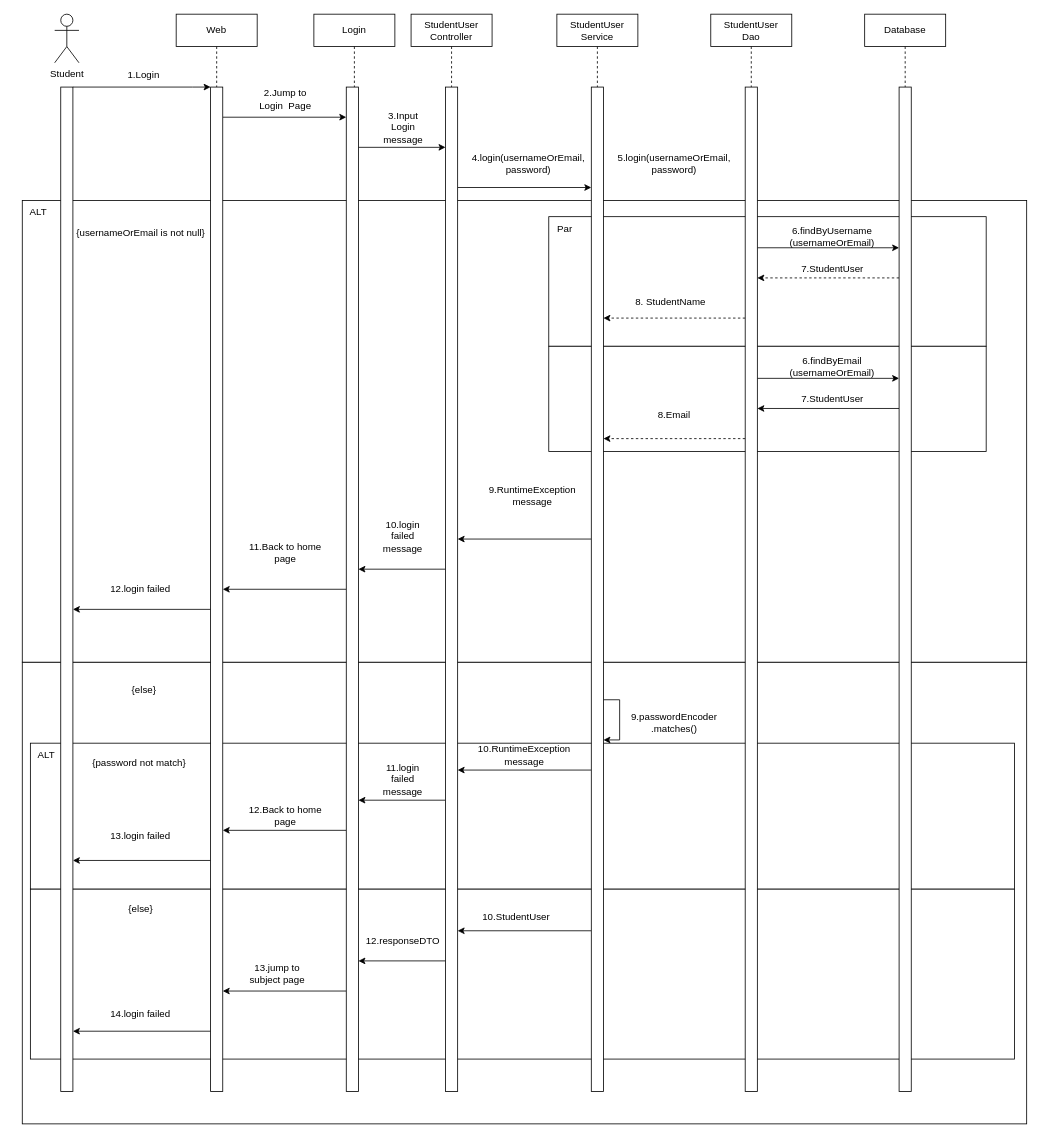
This is Login.drawio from vriusc/Intelligent-Tutoring-System, a draw.io file, before an edit. Source tidied: cells renumbered, new cells numbered last; positions are measured from the earlier drawing's top-left corner, leaving out a move shared by most shapes. Both pictures are drawn from the tidied source at 81%, with x=0, y=0 at pixel (14, 14).
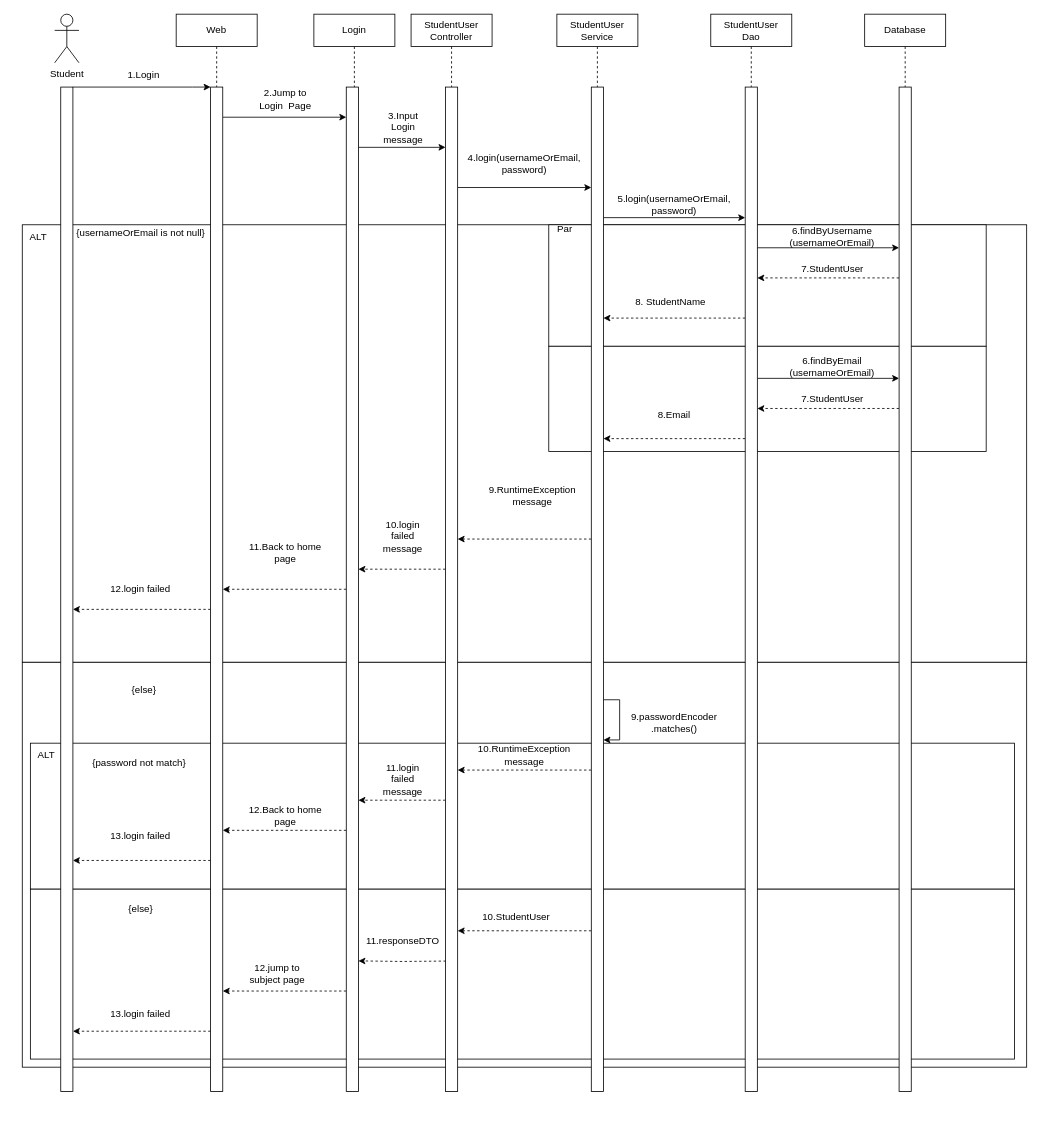
The same page after the edit.

Unchanged cells that the change refers to:
```xml
<mxCell id="26" style="rounded=0;whiteSpace=wrap;html=1;points=[[0,0,0,0,0],[0,0.03,0,0,0],[0,0.06,0,0,0],[0,0.1,0,0,0],[0,0.13,0,0,0],[0,0.16,0,0,0],[0,0.19,0,0,0],[0,0.23,0,0,0],[0,0.25,0,0,0],[0,0.26,0,0,0],[0,0.29,0,0,0],[0,0.32,0,0,0],[0,0.35,0,0,0],[0,0.39,0,0,0],[0,0.42,0,0,0],[0,0.45,0,0,0],[0,0.48,0,0,0],[0,0.5,0,0,0],[0,0.52,0,0,0],[0,0.55,0,0,0],[0,0.58,0,0,0],[0,0.61,0,0,0],[0,0.65,0,0,0],[0,0.68,0,0,0],[0,0.71,0,0,0],[0,0.74,0,0,0],[0,0.75,0,0,0],[0,0.77,0,0,0],[0,0.81,0,0,0],[0,0.84,0,0,0],[0,0.87,0,0,0],[0,0.9,0,0,0],[0,0.94,0,0,0],[0,0.97,0,0,0],[0,1,0,0,0],[0.25,0,0,0,0],[0.25,1,0,0,0],[0.5,0,0,0,0],[0.5,1,0,0,0],[0.75,0,0,0,0],[0.75,1,0,0,0],[1,0,0,0,0],[1,0.03,0,0,0],[1,0.06,0,0,0],[1,0.1,0,0,0],[1,0.13,0,0,0],[1,0.16,0,0,0],[1,0.19,0,0,0],[1,0.23,0,0,0],[1,0.25,0,0,0],[1,0.26,0,0,0],[1,0.29,0,0,0],[1,0.32,0,0,0],[1,0.35,0,0,0],[1,0.39,0,0,0],[1,0.42,0,0,0],[1,0.45,0,0,0],[1,0.48,0,0,0],[1,0.5,0,0,0],[1,0.52,0,0,0],[1,0.55,0,0,0],[1,0.58,0,0,0],[1,0.61,0,0,0],[1,0.65,0,0,0],[1,0.68,0,0,0],[1,0.71,0,0,0],[1,0.74,0,0,0],[1,0.75,0,0,0],[1,0.77,0,0,0],[1,0.81,0,0,0],[1,0.84,0,0,0],[1,0.87,0,0,0],[1,0.9,0,0,0],[1,0.94,0,0,0],[1,0.97,0,0,0],[1,1,0,0,0]];" parent="1" vertex="1">
  <mxGeometry x="242.5" y="90" width="15" height="1240" as="geometry" />
</mxCell>
<mxCell id="28" style="rounded=0;whiteSpace=wrap;html=1;points=[[0,0,0,0,0],[0,0.03,0,0,0],[0,0.06,0,0,0],[0,0.1,0,0,0],[0,0.13,0,0,0],[0,0.16,0,0,0],[0,0.19,0,0,0],[0,0.23,0,0,0],[0,0.25,0,0,0],[0,0.26,0,0,0],[0,0.29,0,0,0],[0,0.32,0,0,0],[0,0.35,0,0,0],[0,0.39,0,0,0],[0,0.42,0,0,0],[0,0.45,0,0,0],[0,0.48,0,0,0],[0,0.5,0,0,0],[0,0.52,0,0,0],[0,0.55,0,0,0],[0,0.58,0,0,0],[0,0.61,0,0,0],[0,0.65,0,0,0],[0,0.68,0,0,0],[0,0.71,0,0,0],[0,0.74,0,0,0],[0,0.75,0,0,0],[0,0.77,0,0,0],[0,0.81,0,0,0],[0,0.84,0,0,0],[0,0.87,0,0,0],[0,0.9,0,0,0],[0,0.94,0,0,0],[0,0.97,0,0,0],[0,1,0,0,0],[0.25,0,0,0,0],[0.25,1,0,0,0],[0.5,0,0,0,0],[0.5,1,0,0,0],[0.75,0,0,0,0],[0.75,1,0,0,0],[1,0,0,0,0],[1,0.03,0,0,0],[1,0.06,0,0,0],[1,0.1,0,0,0],[1,0.13,0,0,0],[1,0.16,0,0,0],[1,0.19,0,0,0],[1,0.23,0,0,0],[1,0.25,0,0,0],[1,0.26,0,0,0],[1,0.29,0,0,0],[1,0.32,0,0,0],[1,0.35,0,0,0],[1,0.39,0,0,0],[1,0.42,0,0,0],[1,0.45,0,0,0],[1,0.48,0,0,0],[1,0.5,0,0,0],[1,0.52,0,0,0],[1,0.55,0,0,0],[1,0.58,0,0,0],[1,0.61,0,0,0],[1,0.65,0,0,0],[1,0.68,0,0,0],[1,0.71,0,0,0],[1,0.74,0,0,0],[1,0.75,0,0,0],[1,0.77,0,0,0],[1,0.81,0,0,0],[1,0.84,0,0,0],[1,0.87,0,0,0],[1,0.9,0,0,0],[1,0.94,0,0,0],[1,0.97,0,0,0],[1,1,0,0,0]];" parent="1" vertex="1">
  <mxGeometry x="57.5" y="90" width="15" height="1240" as="geometry" />
</mxCell>
<mxCell id="32" style="rounded=0;whiteSpace=wrap;html=1;points=[[0,0,0,0,0],[0,0.03,0,0,0],[0,0.06,0,0,0],[0,0.1,0,0,0],[0,0.13,0,0,0],[0,0.16,0,0,0],[0,0.19,0,0,0],[0,0.23,0,0,0],[0,0.25,0,0,0],[0,0.26,0,0,0],[0,0.29,0,0,0],[0,0.32,0,0,0],[0,0.35,0,0,0],[0,0.39,0,0,0],[0,0.42,0,0,0],[0,0.45,0,0,0],[0,0.48,0,0,0],[0,0.5,0,0,0],[0,0.52,0,0,0],[0,0.55,0,0,0],[0,0.58,0,0,0],[0,0.61,0,0,0],[0,0.65,0,0,0],[0,0.68,0,0,0],[0,0.71,0,0,0],[0,0.74,0,0,0],[0,0.75,0,0,0],[0,0.77,0,0,0],[0,0.81,0,0,0],[0,0.84,0,0,0],[0,0.87,0,0,0],[0,0.9,0,0,0],[0,0.94,0,0,0],[0,0.97,0,0,0],[0,1,0,0,0],[0.25,0,0,0,0],[0.25,1,0,0,0],[0.5,0,0,0,0],[0.5,1,0,0,0],[0.75,0,0,0,0],[0.75,1,0,0,0],[1,0,0,0,0],[1,0.03,0,0,0],[1,0.06,0,0,0],[1,0.1,0,0,0],[1,0.13,0,0,0],[1,0.16,0,0,0],[1,0.19,0,0,0],[1,0.23,0,0,0],[1,0.25,0,0,0],[1,0.26,0,0,0],[1,0.29,0,0,0],[1,0.32,0,0,0],[1,0.35,0,0,0],[1,0.39,0,0,0],[1,0.42,0,0,0],[1,0.45,0,0,0],[1,0.48,0,0,0],[1,0.5,0,0,0],[1,0.52,0,0,0],[1,0.55,0,0,0],[1,0.58,0,0,0],[1,0.61,0,0,0],[1,0.65,0,0,0],[1,0.68,0,0,0],[1,0.71,0,0,0],[1,0.74,0,0,0],[1,0.75,0,0,0],[1,0.77,0,0,0],[1,0.81,0,0,0],[1,0.84,0,0,0],[1,0.87,0,0,0],[1,0.9,0,0,0],[1,0.94,0,0,0],[1,0.97,0,0,0],[1,1,0,0,0]];" parent="1" vertex="1">
  <mxGeometry x="410" y="90" width="15" height="1240" as="geometry" />
</mxCell>
<mxCell id="38" style="rounded=0;whiteSpace=wrap;html=1;points=[[0,0,0,0,0],[0,0.03,0,0,0],[0,0.06,0,0,0],[0,0.1,0,0,0],[0,0.13,0,0,0],[0,0.16,0,0,0],[0,0.19,0,0,0],[0,0.23,0,0,0],[0,0.25,0,0,0],[0,0.26,0,0,0],[0,0.29,0,0,0],[0,0.32,0,0,0],[0,0.35,0,0,0],[0,0.39,0,0,0],[0,0.42,0,0,0],[0,0.45,0,0,0],[0,0.48,0,0,0],[0,0.5,0,0,0],[0,0.52,0,0,0],[0,0.55,0,0,0],[0,0.58,0,0,0],[0,0.61,0,0,0],[0,0.65,0,0,0],[0,0.68,0,0,0],[0,0.71,0,0,0],[0,0.74,0,0,0],[0,0.75,0,0,0],[0,0.77,0,0,0],[0,0.81,0,0,0],[0,0.84,0,0,0],[0,0.87,0,0,0],[0,0.9,0,0,0],[0,0.94,0,0,0],[0,0.97,0,0,0],[0,1,0,0,0],[0.25,0,0,0,0],[0.25,1,0,0,0],[0.5,0,0,0,0],[0.5,1,0,0,0],[0.75,0,0,0,0],[0.75,1,0,0,0],[1,0,0,0,0],[1,0.03,0,0,0],[1,0.06,0,0,0],[1,0.1,0,0,0],[1,0.13,0,0,0],[1,0.16,0,0,0],[1,0.19,0,0,0],[1,0.23,0,0,0],[1,0.25,0,0,0],[1,0.26,0,0,0],[1,0.29,0,0,0],[1,0.32,0,0,0],[1,0.35,0,0,0],[1,0.39,0,0,0],[1,0.42,0,0,0],[1,0.45,0,0,0],[1,0.48,0,0,0],[1,0.5,0,0,0],[1,0.52,0,0,0],[1,0.55,0,0,0],[1,0.58,0,0,0],[1,0.61,0,0,0],[1,0.65,0,0,0],[1,0.68,0,0,0],[1,0.71,0,0,0],[1,0.74,0,0,0],[1,0.75,0,0,0],[1,0.77,0,0,0],[1,0.81,0,0,0],[1,0.84,0,0,0],[1,0.87,0,0,0],[1,0.9,0,0,0],[1,0.94,0,0,0],[1,0.97,0,0,0],[1,1,0,0,0]];" parent="1" vertex="1">
  <mxGeometry x="532.5" y="90" width="15" height="1240" as="geometry" />
</mxCell>
<mxCell id="43" style="rounded=0;whiteSpace=wrap;html=1;points=[[0,0,0,0,0],[0,0.03,0,0,0],[0,0.06,0,0,0],[0,0.1,0,0,0],[0,0.13,0,0,0],[0,0.16,0,0,0],[0,0.19,0,0,0],[0,0.23,0,0,0],[0,0.25,0,0,0],[0,0.26,0,0,0],[0,0.29,0,0,0],[0,0.32,0,0,0],[0,0.35,0,0,0],[0,0.39,0,0,0],[0,0.42,0,0,0],[0,0.45,0,0,0],[0,0.48,0,0,0],[0,0.5,0,0,0],[0,0.52,0,0,0],[0,0.55,0,0,0],[0,0.58,0,0,0],[0,0.61,0,0,0],[0,0.65,0,0,0],[0,0.68,0,0,0],[0,0.71,0,0,0],[0,0.74,0,0,0],[0,0.75,0,0,0],[0,0.77,0,0,0],[0,0.81,0,0,0],[0,0.84,0,0,0],[0,0.87,0,0,0],[0,0.9,0,0,0],[0,0.94,0,0,0],[0,0.97,0,0,0],[0,1,0,0,0],[0.25,0,0,0,0],[0.25,1,0,0,0],[0.5,0,0,0,0],[0.5,1,0,0,0],[0.75,0,0,0,0],[0.75,1,0,0,0],[1,0,0,0,0],[1,0.03,0,0,0],[1,0.06,0,0,0],[1,0.1,0,0,0],[1,0.13,0,0,0],[1,0.16,0,0,0],[1,0.19,0,0,0],[1,0.23,0,0,0],[1,0.25,0,0,0],[1,0.26,0,0,0],[1,0.29,0,0,0],[1,0.32,0,0,0],[1,0.35,0,0,0],[1,0.39,0,0,0],[1,0.42,0,0,0],[1,0.45,0,0,0],[1,0.48,0,0,0],[1,0.5,0,0,0],[1,0.52,0,0,0],[1,0.55,0,0,0],[1,0.58,0,0,0],[1,0.61,0,0,0],[1,0.65,0,0,0],[1,0.68,0,0,0],[1,0.71,0,0,0],[1,0.74,0,0,0],[1,0.75,0,0,0],[1,0.77,0,0,0],[1,0.81,0,0,0],[1,0.84,0,0,0],[1,0.87,0,0,0],[1,0.9,0,0,0],[1,0.94,0,0,0],[1,0.97,0,0,0],[1,1,0,0,0]];" parent="1" vertex="1">
  <mxGeometry x="712.5" y="90" width="15" height="1240" as="geometry" />
</mxCell>
<mxCell id="48" style="rounded=0;whiteSpace=wrap;html=1;points=[[0,0,0,0,0],[0,0.03,0,0,0],[0,0.06,0,0,0],[0,0.1,0,0,0],[0,0.13,0,0,0],[0,0.16,0,0,0],[0,0.19,0,0,0],[0,0.23,0,0,0],[0,0.25,0,0,0],[0,0.26,0,0,0],[0,0.29,0,0,0],[0,0.32,0,0,0],[0,0.35,0,0,0],[0,0.39,0,0,0],[0,0.42,0,0,0],[0,0.45,0,0,0],[0,0.48,0,0,0],[0,0.5,0,0,0],[0,0.52,0,0,0],[0,0.55,0,0,0],[0,0.58,0,0,0],[0,0.61,0,0,0],[0,0.65,0,0,0],[0,0.68,0,0,0],[0,0.71,0,0,0],[0,0.74,0,0,0],[0,0.75,0,0,0],[0,0.77,0,0,0],[0,0.81,0,0,0],[0,0.84,0,0,0],[0,0.87,0,0,0],[0,0.9,0,0,0],[0,0.94,0,0,0],[0,0.97,0,0,0],[0,1,0,0,0],[0.25,0,0,0,0],[0.25,1,0,0,0],[0.5,0,0,0,0],[0.5,1,0,0,0],[0.75,0,0,0,0],[0.75,1,0,0,0],[1,0,0,0,0],[1,0.03,0,0,0],[1,0.06,0,0,0],[1,0.1,0,0,0],[1,0.13,0,0,0],[1,0.16,0,0,0],[1,0.19,0,0,0],[1,0.23,0,0,0],[1,0.25,0,0,0],[1,0.26,0,0,0],[1,0.29,0,0,0],[1,0.32,0,0,0],[1,0.35,0,0,0],[1,0.39,0,0,0],[1,0.42,0,0,0],[1,0.45,0,0,0],[1,0.48,0,0,0],[1,0.5,0,0,0],[1,0.52,0,0,0],[1,0.55,0,0,0],[1,0.58,0,0,0],[1,0.61,0,0,0],[1,0.65,0,0,0],[1,0.68,0,0,0],[1,0.71,0,0,0],[1,0.74,0,0,0],[1,0.75,0,0,0],[1,0.77,0,0,0],[1,0.81,0,0,0],[1,0.84,0,0,0],[1,0.87,0,0,0],[1,0.9,0,0,0],[1,0.94,0,0,0],[1,0.97,0,0,0],[1,1,0,0,0]];" parent="1" vertex="1">
  <mxGeometry x="902.5" y="90" width="15" height="1240" as="geometry" />
</mxCell>
<mxCell id="51" style="rounded=0;whiteSpace=wrap;html=1;points=[[0,0,0,0,0],[0,0.03,0,0,0],[0,0.06,0,0,0],[0,0.1,0,0,0],[0,0.13,0,0,0],[0,0.16,0,0,0],[0,0.19,0,0,0],[0,0.23,0,0,0],[0,0.25,0,0,0],[0,0.26,0,0,0],[0,0.29,0,0,0],[0,0.32,0,0,0],[0,0.35,0,0,0],[0,0.39,0,0,0],[0,0.42,0,0,0],[0,0.45,0,0,0],[0,0.48,0,0,0],[0,0.5,0,0,0],[0,0.52,0,0,0],[0,0.55,0,0,0],[0,0.58,0,0,0],[0,0.61,0,0,0],[0,0.65,0,0,0],[0,0.68,0,0,0],[0,0.71,0,0,0],[0,0.74,0,0,0],[0,0.75,0,0,0],[0,0.77,0,0,0],[0,0.81,0,0,0],[0,0.84,0,0,0],[0,0.87,0,0,0],[0,0.9,0,0,0],[0,0.94,0,0,0],[0,0.97,0,0,0],[0,1,0,0,0],[0.25,0,0,0,0],[0.25,1,0,0,0],[0.5,0,0,0,0],[0.5,1,0,0,0],[0.75,0,0,0,0],[0.75,1,0,0,0],[1,0,0,0,0],[1,0.03,0,0,0],[1,0.06,0,0,0],[1,0.1,0,0,0],[1,0.13,0,0,0],[1,0.16,0,0,0],[1,0.19,0,0,0],[1,0.23,0,0,0],[1,0.25,0,0,0],[1,0.26,0,0,0],[1,0.29,0,0,0],[1,0.32,0,0,0],[1,0.35,0,0,0],[1,0.39,0,0,0],[1,0.42,0,0,0],[1,0.45,0,0,0],[1,0.48,0,0,0],[1,0.5,0,0,0],[1,0.52,0,0,0],[1,0.55,0,0,0],[1,0.58,0,0,0],[1,0.61,0,0,0],[1,0.65,0,0,0],[1,0.68,0,0,0],[1,0.71,0,0,0],[1,0.74,0,0,0],[1,0.75,0,0,0],[1,0.77,0,0,0],[1,0.81,0,0,0],[1,0.84,0,0,0],[1,0.87,0,0,0],[1,0.9,0,0,0],[1,0.94,0,0,0],[1,0.97,0,0,0],[1,1,0,0,0]];" parent="1" vertex="1">
  <mxGeometry x="1092.5" y="90" width="15" height="1240" as="geometry" />
</mxCell>
```

The edit, as a diff of the source:
```diff
@@
     <mxCell id="2" style="rounded=0;whiteSpace=wrap;html=1;" parent="1" vertex="1">
-      <mxGeometry x="10" y="800" width="1240" height="570" as="geometry" />
+      <mxGeometry x="10" y="800" width="1240" height="500" as="geometry" />
     </mxCell>
@@
     <mxCell id="5" style="rounded=0;whiteSpace=wrap;html=1;" parent="1" vertex="1">
-      <mxGeometry x="10" y="230" width="1240" height="570" as="geometry" />
+      <mxGeometry x="10" y="260" width="1240" height="540" as="geometry" />
     </mxCell>
     <mxCell id="6" style="rounded=0;whiteSpace=wrap;html=1;" parent="1" vertex="1">
-      <mxGeometry x="660" y="250" width="540" height="160" as="geometry" />
+      <mxGeometry x="660" y="260" width="540" height="150" as="geometry" />
     </mxCell>
@@
     <mxCell id="18" value="4.login(usernameOrEmail, password)" style="text;html=1;strokeColor=none;fillColor=none;align=center;verticalAlign=middle;whiteSpace=wrap;rounded=0;" parent="1" vertex="1">
-      <mxGeometry x="570" y="170" width="130" height="30" as="geometry" />
+      <mxGeometry x="565" y="170" width="130" height="30" as="geometry" />
     </mxCell>
@@
-    <mxCell id="23" style="edgeStyle=orthogonalEdgeStyle;rounded=0;jettySize=auto;html=1;exitX=0;exitY=0.52;exitDx=0;exitDy=0;exitPerimeter=0;entryX=1;entryY=0.52;entryDx=0;entryDy=0;entryPerimeter=0;" parent="1" edge="1" source="26" target="28">
+    <mxCell id="23" style="edgeStyle=orthogonalEdgeStyle;rounded=0;jettySize=auto;html=1;exitX=0;exitY=0.52;exitDx=0;exitDy=0;exitPerimeter=0;entryX=1;entryY=0.52;entryDx=0;entryDy=0;entryPerimeter=0;dashed=1;" parent="1" edge="1" source="26" target="28">
       <mxGeometry relative="1" as="geometry" />
     </mxCell>
-    <mxCell id="24" style="edgeStyle=orthogonalEdgeStyle;rounded=0;jettySize=auto;html=1;exitX=0;exitY=0.77;exitDx=0;exitDy=0;exitPerimeter=0;entryX=1;entryY=0.77;entryDx=0;entryDy=0;entryPerimeter=0;" parent="1" edge="1" source="26" target="28">
+    <mxCell id="24" style="edgeStyle=orthogonalEdgeStyle;rounded=0;jettySize=auto;html=1;exitX=0;exitY=0.77;exitDx=0;exitDy=0;exitPerimeter=0;entryX=1;entryY=0.77;entryDx=0;entryDy=0;entryPerimeter=0;dashed=1;" parent="1" edge="1" source="26" target="28">
       <mxGeometry relative="1" as="geometry" />
     </mxCell>
-    <mxCell id="25" style="edgeStyle=orthogonalEdgeStyle;rounded=0;jettySize=auto;html=1;exitX=0;exitY=0.94;exitDx=0;exitDy=0;exitPerimeter=0;entryX=1;entryY=0.94;entryDx=0;entryDy=0;entryPerimeter=0;" parent="1" edge="1" source="26" target="28">
+    <mxCell id="25" style="edgeStyle=orthogonalEdgeStyle;rounded=0;jettySize=auto;html=1;exitX=0;exitY=0.94;exitDx=0;exitDy=0;exitPerimeter=0;entryX=1;entryY=0.94;entryDx=0;entryDy=0;entryPerimeter=0;dashed=1;" parent="1" edge="1" source="26" target="28">
       <mxGeometry relative="1" as="geometry" />
     </mxCell>
@@
-    <mxCell id="29" style="edgeStyle=orthogonalEdgeStyle;rounded=0;jettySize=auto;html=1;exitX=0;exitY=0.5;exitDx=0;exitDy=0;exitPerimeter=0;entryX=1;entryY=0.5;entryDx=0;entryDy=0;entryPerimeter=0;" parent="1" edge="1" source="32" target="26">
+    <mxCell id="29" style="edgeStyle=orthogonalEdgeStyle;rounded=0;jettySize=auto;html=1;exitX=0;exitY=0.5;exitDx=0;exitDy=0;exitPerimeter=0;entryX=1;entryY=0.5;entryDx=0;entryDy=0;entryPerimeter=0;dashed=1;" parent="1" edge="1" source="32" target="26">
       <mxGeometry relative="1" as="geometry" />
     </mxCell>
-    <mxCell id="30" style="edgeStyle=orthogonalEdgeStyle;rounded=0;jettySize=auto;html=1;exitX=0;exitY=0.74;exitDx=0;exitDy=0;exitPerimeter=0;entryX=1;entryY=0.74;entryDx=0;entryDy=0;entryPerimeter=0;" parent="1" edge="1" source="32" target="26">
+    <mxCell id="30" style="edgeStyle=orthogonalEdgeStyle;rounded=0;jettySize=auto;html=1;exitX=0;exitY=0.74;exitDx=0;exitDy=0;exitPerimeter=0;entryX=1;entryY=0.74;entryDx=0;entryDy=0;entryPerimeter=0;dashed=1;" parent="1" edge="1" source="32" target="26">
       <mxGeometry relative="1" as="geometry" />
     </mxCell>
-    <mxCell id="31" style="edgeStyle=orthogonalEdgeStyle;rounded=0;jettySize=auto;html=1;exitX=0;exitY=0.9;exitDx=0;exitDy=0;exitPerimeter=0;entryX=1;entryY=0.9;entryDx=0;entryDy=0;entryPerimeter=0;" parent="1" edge="1" source="32" target="26">
+    <mxCell id="31" style="edgeStyle=orthogonalEdgeStyle;rounded=0;jettySize=auto;html=1;exitX=0;exitY=0.9;exitDx=0;exitDy=0;exitPerimeter=0;entryX=1;entryY=0.9;entryDx=0;entryDy=0;entryPerimeter=0;dashed=1;" parent="1" edge="1" source="32" target="26">
       <mxGeometry relative="1" as="geometry" />
     </mxCell>
@@
-    <mxCell id="34" style="edgeStyle=orthogonalEdgeStyle;rounded=0;jettySize=auto;html=1;exitX=1;exitY=0.1;exitDx=0;exitDy=0;exitPerimeter=0;entryX=0;entryY=0.1;entryDx=0;entryDy=0;entryPerimeter=0;" parent="1" edge="1" source="38" target="43">
-      <mxGeometry relative="1" as="geometry" />
-    </mxCell>
-    <mxCell id="35" style="edgeStyle=orthogonalEdgeStyle;rounded=0;jettySize=auto;html=1;exitX=0;exitY=0.48;exitDx=0;exitDy=0;exitPerimeter=0;entryX=1;entryY=0.48;entryDx=0;entryDy=0;entryPerimeter=0;" parent="1" edge="1" source="38" target="32">
+    <mxCell id="35" style="edgeStyle=orthogonalEdgeStyle;rounded=0;jettySize=auto;html=1;exitX=0;exitY=0.48;exitDx=0;exitDy=0;exitPerimeter=0;entryX=1;entryY=0.48;entryDx=0;entryDy=0;entryPerimeter=0;dashed=1;" parent="1" edge="1" source="38" target="32">
       <mxGeometry relative="1" as="geometry" />
     </mxCell>
-    <mxCell id="36" style="edgeStyle=orthogonalEdgeStyle;rounded=0;jettySize=auto;html=1;exitX=0;exitY=0.71;exitDx=0;exitDy=0;exitPerimeter=0;entryX=1;entryY=0.71;entryDx=0;entryDy=0;entryPerimeter=0;" parent="1" edge="1" source="38" target="32">
+    <mxCell id="36" style="edgeStyle=orthogonalEdgeStyle;rounded=0;jettySize=auto;html=1;exitX=0;exitY=0.71;exitDx=0;exitDy=0;exitPerimeter=0;entryX=1;entryY=0.71;entryDx=0;entryDy=0;entryPerimeter=0;dashed=1;" parent="1" edge="1" source="38" target="32">
       <mxGeometry relative="1" as="geometry" />
     </mxCell>
-    <mxCell id="37" style="edgeStyle=orthogonalEdgeStyle;rounded=0;jettySize=auto;html=1;exitX=0;exitY=0.87;exitDx=0;exitDy=0;exitPerimeter=0;entryX=1;entryY=0.87;entryDx=0;entryDy=0;entryPerimeter=0;" parent="1" edge="1" source="38" target="32">
-      <mxGeometry relative="1" as="geometry" />
+    <mxCell id="37" style="edgeStyle=orthogonalEdgeStyle;rounded=0;jettySize=auto;html=1;entryX=1;entryY=0.87;entryDx=0;entryDy=0;entryPerimeter=0;dashed=1;" parent="1" edge="1" target="32">
+      <mxGeometry relative="1" as="geometry">
+        <mxPoint x="533" y="1169" as="sourcePoint" />
+      </mxGeometry>
     </mxCell>
+    <mxCell id="34" style="edgeStyle=orthogonalEdgeStyle;rounded=0;jettySize=auto;html=1;exitX=1;exitY=0.1;exitDx=0;exitDy=0;exitPerimeter=0;entryX=0;entryY=0.1;entryDx=0;entryDy=0;entryPerimeter=0;" parent="1" edge="1" source="38" target="43">
+      <mxGeometry relative="1" as="geometry" />
+    </mxCell>
@@
-    <mxCell id="39" style="edgeStyle=orthogonalEdgeStyle;rounded=0;jettySize=auto;html=1;exitX=0;exitY=0.45;exitDx=0;exitDy=0;exitPerimeter=0;entryX=1;entryY=0.45;entryDx=0;entryDy=0;entryPerimeter=0;" parent="1" edge="1" source="43" target="38">
+    <mxCell id="39" style="edgeStyle=orthogonalEdgeStyle;rounded=0;jettySize=auto;html=1;exitX=0;exitY=0.45;exitDx=0;exitDy=0;exitPerimeter=0;entryX=1;entryY=0.45;entryDx=0;entryDy=0;entryPerimeter=0;dashed=1;" parent="1" edge="1" source="43" target="38">
       <mxGeometry relative="1" as="geometry" />
     </mxCell>
@@
-    <mxCell id="41" style="edgeStyle=orthogonalEdgeStyle;rounded=0;jettySize=auto;html=1;exitX=0;exitY=0.68;exitDx=0;exitDy=0;exitPerimeter=0;entryX=1;entryY=0.68;entryDx=0;entryDy=0;entryPerimeter=0;" parent="1" edge="1" source="43" target="38">
+    <mxCell id="41" style="edgeStyle=orthogonalEdgeStyle;rounded=0;jettySize=auto;html=1;exitX=0;exitY=0.68;exitDx=0;exitDy=0;exitPerimeter=0;entryX=1;entryY=0.68;entryDx=0;entryDy=0;entryPerimeter=0;dashed=1;" parent="1" edge="1" source="43" target="38">
       <mxGeometry relative="1" as="geometry" />
     </mxCell>
-    <mxCell id="42" style="edgeStyle=orthogonalEdgeStyle;rounded=0;jettySize=auto;html=1;exitX=0;exitY=0.84;exitDx=0;exitDy=0;exitPerimeter=0;entryX=1;entryY=0.84;entryDx=0;entryDy=0;entryPerimeter=0;" parent="1" edge="1" source="43" target="38">
+    <mxCell id="42" style="edgeStyle=orthogonalEdgeStyle;rounded=0;jettySize=auto;html=1;exitX=0;exitY=0.84;exitDx=0;exitDy=0;exitPerimeter=0;entryX=1;entryY=0.84;entryDx=0;entryDy=0;entryPerimeter=0;dashed=1;" parent="1" edge="1" source="43" target="38">
       <mxGeometry relative="1" as="geometry" />
     </mxCell>
+    <mxCell id="76" style="edgeStyle=orthogonalEdgeStyle;rounded=0;jettySize=auto;html=1;exitX=1;exitY=0.13;exitDx=0;exitDy=0;exitPerimeter=0;entryX=0;entryY=0.13;entryDx=0;entryDy=0;entryPerimeter=0;" parent="1" edge="1" source="43" target="48">
+      <mxGeometry relative="1" as="geometry" />
+    </mxCell>
@@
-    <mxCell id="50" style="edgeStyle=orthogonalEdgeStyle;rounded=0;jettySize=auto;html=1;exitX=0;exitY=0.32;exitDx=0;exitDy=0;exitPerimeter=0;entryX=1;entryY=0.32;entryDx=0;entryDy=0;entryPerimeter=0;" parent="1" edge="1" source="51" target="48">
+    <mxCell id="50" style="edgeStyle=orthogonalEdgeStyle;rounded=0;jettySize=auto;html=1;exitX=0;exitY=0.32;exitDx=0;exitDy=0;exitPerimeter=0;entryX=1;entryY=0.32;entryDx=0;entryDy=0;entryPerimeter=0;dashed=1;" parent="1" edge="1" source="51" target="48">
       <mxGeometry relative="1" as="geometry" />
     </mxCell>
@@
     <mxCell id="58" value="5.login(usernameOrEmail, password)" style="text;html=1;strokeColor=none;fillColor=none;align=center;verticalAlign=middle;whiteSpace=wrap;rounded=0;" parent="1" vertex="1">
-      <mxGeometry x="750" y="170" width="130" height="30" as="geometry" />
+      <mxGeometry x="750" y="220" width="130" height="30" as="geometry" />
     </mxCell>
@@
     <mxCell id="61" value="ALT" style="text;html=1;strokeColor=none;fillColor=none;align=center;verticalAlign=middle;whiteSpace=wrap;rounded=0;" parent="1" vertex="1">
-      <mxGeometry y="230" width="60" height="30" as="geometry" />
+      <mxGeometry y="260" width="60" height="30" as="geometry" />
     </mxCell>
@@
-    <mxCell id="68" value="12.responseDTO" style="text;html=1;strokeColor=none;fillColor=none;align=center;verticalAlign=middle;whiteSpace=wrap;rounded=0;" parent="1" vertex="1">
+    <mxCell id="68" value="11.responseDTO" style="text;html=1;strokeColor=none;fillColor=none;align=center;verticalAlign=middle;whiteSpace=wrap;rounded=0;" parent="1" vertex="1">
       <mxGeometry x="450" y="1130" width="60" height="30" as="geometry" />
     </mxCell>
-    <mxCell id="69" value="13.jump to&lt;br&gt;subject page" style="text;html=1;strokeColor=none;fillColor=none;align=center;verticalAlign=middle;whiteSpace=wrap;rounded=0;" parent="1" vertex="1">
+    <mxCell id="69" value="12.jump to&lt;br&gt;subject page" style="text;html=1;strokeColor=none;fillColor=none;align=center;verticalAlign=middle;whiteSpace=wrap;rounded=0;" parent="1" vertex="1">
       <mxGeometry x="280" y="1170" width="90" height="30" as="geometry" />
     </mxCell>
@@
-    <mxCell id="71" value="14.login failed" style="text;html=1;strokeColor=none;fillColor=none;align=center;verticalAlign=middle;whiteSpace=wrap;rounded=0;" parent="1" vertex="1">
+    <mxCell id="71" value="13.login failed" style="text;html=1;strokeColor=none;fillColor=none;align=center;verticalAlign=middle;whiteSpace=wrap;rounded=0;" parent="1" vertex="1">
       <mxGeometry x="101.2" y="1220" width="110" height="30" as="geometry" />
     </mxCell>
```
